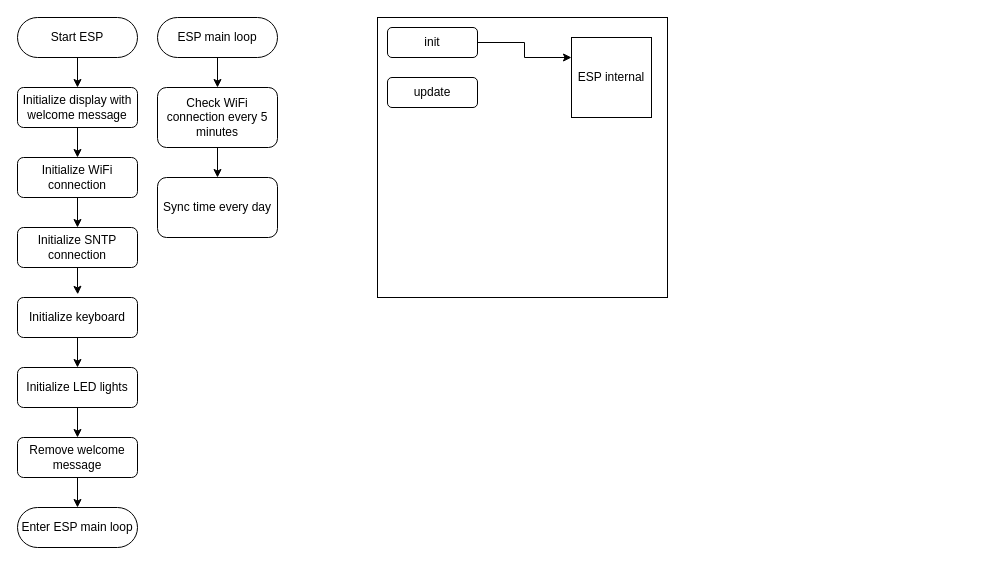
Above: 01 System/Bedclock ESP-IDF architecture.drawio in henkjannl/BedClock (draw.io), before the change. Source tidied: cells renumbered, new cells numbered last; positions are measured from the earlier drawing's top-left corner, leaving out a move shared by most shapes. Both pictures are drawn from the tidied source at 100%, with x=0, y=0 at pixel (17, 17).
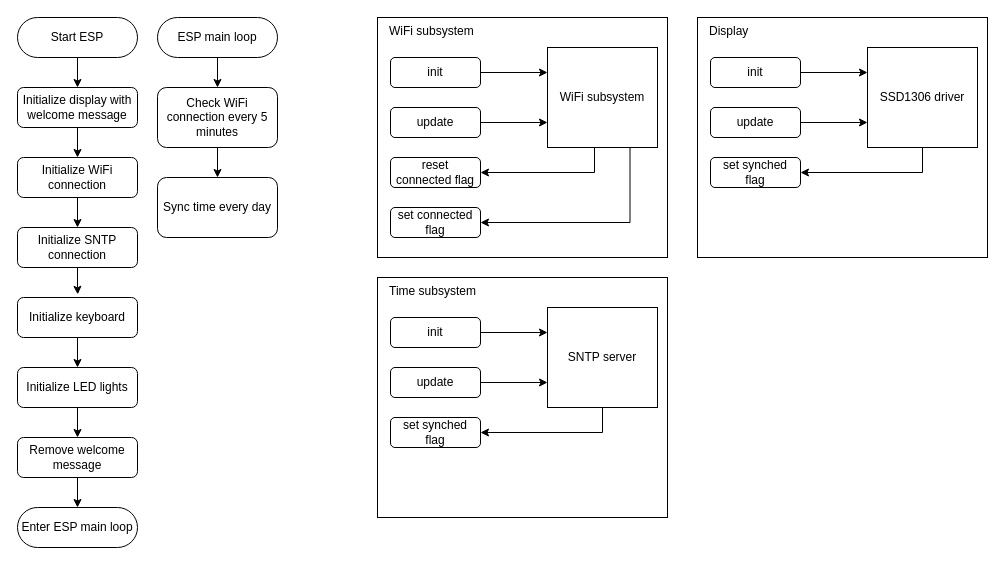
Above is the later version.

What changed in the source:
```diff
@@
-    <mxCell id="16" style="rounded=0;whiteSpace=wrap;html=1;" parent="1" vertex="1">
-      <mxGeometry x="360" width="290" height="280" as="geometry" />
+    <mxCell id="16" value="WiFi subsystem" style="rounded=0;whiteSpace=wrap;html=1;verticalAlign=top;align=left;spacingLeft=10;" parent="1" vertex="1">
+      <mxGeometry x="360" width="290" height="240" as="geometry" />
     </mxCell>
-    <mxCell id="17" style="edgeStyle=orthogonalEdgeStyle;rounded=0;jettySize=auto;html=1;entryX=0;entryY=0.25;entryDx=0;entryDy=0;" parent="1" edge="1" source="18" target="19">
+    <mxCell id="17" style="edgeStyle=orthogonalEdgeStyle;rounded=0;jettySize=auto;html=1;entryX=0;entryY=0.25;entryDx=0;entryDy=0;" parent="1" edge="1" source="18" target="39">
       <mxGeometry relative="1" as="geometry" />
     </mxCell>
     <mxCell id="18" value="init" style="rounded=1;whiteSpace=wrap;html=1;fontSize=12;glass=0;strokeWidth=1;shadow=0;" parent="1" vertex="1">
-      <mxGeometry x="370" y="10" width="90" height="30" as="geometry" />
+      <mxGeometry x="373" y="40" width="90" height="30" as="geometry" />
     </mxCell>
-    <mxCell id="19" value="ESP internal" style="whiteSpace=wrap;html=1;" parent="1" vertex="1">
-      <mxGeometry x="554" y="20" width="80" height="80" as="geometry" />
-    </mxCell>
+    <mxCell id="27" style="edgeStyle=orthogonalEdgeStyle;rounded=0;jettySize=auto;html=1;entryX=1;entryY=0.5;entryDx=0;entryDy=0;exitX=0.5;exitY=1;exitDx=0;exitDy=0;" parent="1" edge="1" source="39" target="30">
+      <mxGeometry relative="1" as="geometry">
+        <Array as="points">
+          <mxPoint x="577" y="110" />
+          <mxPoint x="577" y="155" />
+        </Array>
+      </mxGeometry>
+    </mxCell>
+    <mxCell id="28" style="edgeStyle=orthogonalEdgeStyle;rounded=0;jettySize=auto;html=1;exitX=0.75;exitY=1;exitDx=0;exitDy=0;entryX=1;entryY=0.5;entryDx=0;entryDy=0;" parent="1" edge="1" source="39" target="31">
+      <mxGeometry relative="1" as="geometry" />
+    </mxCell>
+    <mxCell id="29" style="edgeStyle=orthogonalEdgeStyle;rounded=0;jettySize=auto;html=1;entryX=0;entryY=0.75;entryDx=0;entryDy=0;" parent="1" edge="1" source="20" target="39">
+      <mxGeometry relative="1" as="geometry" />
+    </mxCell>
     <mxCell id="20" value="update" style="rounded=1;whiteSpace=wrap;html=1;fontSize=12;glass=0;strokeWidth=1;shadow=0;" parent="1" vertex="1">
-      <mxGeometry x="370" y="60" width="90" height="30" as="geometry" />
+      <mxGeometry x="373" y="90" width="90" height="30" as="geometry" />
     </mxCell>
@@
+    <mxCell id="30" value="reset connected flag" style="rounded=1;whiteSpace=wrap;html=1;fontSize=12;glass=0;strokeWidth=1;shadow=0;spacing=5;" parent="1" vertex="1">
+      <mxGeometry x="373" y="140" width="90" height="30" as="geometry" />
+    </mxCell>
+    <mxCell id="31" value="set connected flag" style="rounded=1;whiteSpace=wrap;html=1;fontSize=12;glass=0;strokeWidth=1;shadow=0;spacing=5;" parent="1" vertex="1">
+      <mxGeometry x="373" y="190" width="90" height="30" as="geometry" />
+    </mxCell>
+    <mxCell id="32" value="Time subsystem" style="rounded=0;whiteSpace=wrap;html=1;verticalAlign=top;align=left;spacingLeft=10;" parent="1" vertex="1">
+      <mxGeometry x="360" y="260" width="290" height="240" as="geometry" />
+    </mxCell>
+    <mxCell id="33" style="edgeStyle=orthogonalEdgeStyle;rounded=0;jettySize=auto;html=1;entryX=0;entryY=0.25;entryDx=0;entryDy=0;" parent="1" edge="1" source="34" target="40">
+      <mxGeometry relative="1" as="geometry" />
+    </mxCell>
+    <mxCell id="34" value="init" style="rounded=1;whiteSpace=wrap;html=1;fontSize=12;glass=0;strokeWidth=1;shadow=0;" parent="1" vertex="1">
+      <mxGeometry x="373" y="300" width="90" height="30" as="geometry" />
+    </mxCell>
+    <mxCell id="35" style="edgeStyle=orthogonalEdgeStyle;rounded=0;jettySize=auto;html=1;entryX=1;entryY=0.5;entryDx=0;entryDy=0;exitX=0.5;exitY=1;exitDx=0;exitDy=0;" parent="1" edge="1" source="40" target="38">
+      <mxGeometry relative="1" as="geometry">
+        <Array as="points">
+          <mxPoint x="585" y="415" />
+        </Array>
+      </mxGeometry>
+    </mxCell>
+    <mxCell id="36" style="edgeStyle=orthogonalEdgeStyle;rounded=0;jettySize=auto;html=1;entryX=0;entryY=0.75;entryDx=0;entryDy=0;" parent="1" edge="1" source="37" target="40">
+      <mxGeometry relative="1" as="geometry" />
+    </mxCell>
+    <mxCell id="37" value="update" style="rounded=1;whiteSpace=wrap;html=1;fontSize=12;glass=0;strokeWidth=1;shadow=0;spacing=5;" parent="1" vertex="1">
+      <mxGeometry x="373" y="350" width="90" height="30" as="geometry" />
+    </mxCell>
+    <mxCell id="38" value="set synched flag" style="rounded=1;whiteSpace=wrap;html=1;fontSize=12;glass=0;strokeWidth=1;shadow=0;spacingTop=0;spacingLeft=0;spacingBottom=0;spacingRight=0;spacing=5;" parent="1" vertex="1">
+      <mxGeometry x="373" y="400" width="90" height="30" as="geometry" />
+    </mxCell>
+    <mxCell id="39" value="WiFi subsystem" style="rounded=0;whiteSpace=wrap;html=1;shadow=0;glass=0;strokeColor=default;strokeWidth=1;align=center;verticalAlign=middle;spacingLeft=0;spacingRight=0;spacingTop=0;spacingBottom=0;spacing=5;fontFamily=Helvetica;fontSize=12;fontColor=default;fillColor=default;" parent="1" vertex="1">
+      <mxGeometry x="530" y="30" width="110" height="100" as="geometry" />
+    </mxCell>
+    <mxCell id="40" value="SNTP server" style="rounded=0;whiteSpace=wrap;html=1;shadow=0;glass=0;strokeColor=default;strokeWidth=1;align=center;verticalAlign=middle;spacingLeft=0;spacingRight=0;spacingTop=0;spacingBottom=0;spacing=5;fontFamily=Helvetica;fontSize=12;fontColor=default;fillColor=default;" parent="1" vertex="1">
+      <mxGeometry x="530" y="290" width="110" height="100" as="geometry" />
+    </mxCell>
+    <mxCell id="41" value="Display" style="rounded=0;whiteSpace=wrap;html=1;verticalAlign=top;align=left;spacingLeft=10;" parent="1" vertex="1">
+      <mxGeometry x="680" width="290" height="240" as="geometry" />
+    </mxCell>
+    <mxCell id="42" style="edgeStyle=orthogonalEdgeStyle;rounded=0;jettySize=auto;html=1;entryX=0;entryY=0.25;entryDx=0;entryDy=0;" parent="1" edge="1" source="43" target="48">
+      <mxGeometry relative="1" as="geometry" />
+    </mxCell>
+    <mxCell id="43" value="init" style="rounded=1;whiteSpace=wrap;html=1;fontSize=12;glass=0;strokeWidth=1;shadow=0;" parent="1" vertex="1">
+      <mxGeometry x="693" y="40" width="90" height="30" as="geometry" />
+    </mxCell>
+    <mxCell id="44" style="edgeStyle=orthogonalEdgeStyle;rounded=0;jettySize=auto;html=1;entryX=1;entryY=0.5;entryDx=0;entryDy=0;exitX=0.5;exitY=1;exitDx=0;exitDy=0;" parent="1" edge="1" source="48" target="47">
+      <mxGeometry relative="1" as="geometry">
+        <Array as="points">
+          <mxPoint x="905" y="155" />
+        </Array>
+      </mxGeometry>
+    </mxCell>
+    <mxCell id="45" style="edgeStyle=orthogonalEdgeStyle;rounded=0;jettySize=auto;html=1;entryX=0;entryY=0.75;entryDx=0;entryDy=0;" parent="1" edge="1" source="46" target="48">
+      <mxGeometry relative="1" as="geometry" />
+    </mxCell>
+    <mxCell id="46" value="update" style="rounded=1;whiteSpace=wrap;html=1;fontSize=12;glass=0;strokeWidth=1;shadow=0;spacing=5;" parent="1" vertex="1">
+      <mxGeometry x="693" y="90" width="90" height="30" as="geometry" />
+    </mxCell>
+    <mxCell id="47" value="set synched flag" style="rounded=1;whiteSpace=wrap;html=1;fontSize=12;glass=0;strokeWidth=1;shadow=0;spacingTop=0;spacingLeft=0;spacingBottom=0;spacingRight=0;spacing=5;" parent="1" vertex="1">
+      <mxGeometry x="693" y="140" width="90" height="30" as="geometry" />
+    </mxCell>
+    <mxCell id="48" value="SSD1306 driver" style="rounded=0;whiteSpace=wrap;html=1;shadow=0;glass=0;strokeColor=default;strokeWidth=1;align=center;verticalAlign=middle;spacingLeft=0;spacingRight=0;spacingTop=0;spacingBottom=0;spacing=5;fontFamily=Helvetica;fontSize=12;fontColor=default;fillColor=default;" parent="1" vertex="1">
+      <mxGeometry x="850" y="30" width="110" height="100" as="geometry" />
+    </mxCell>
```
